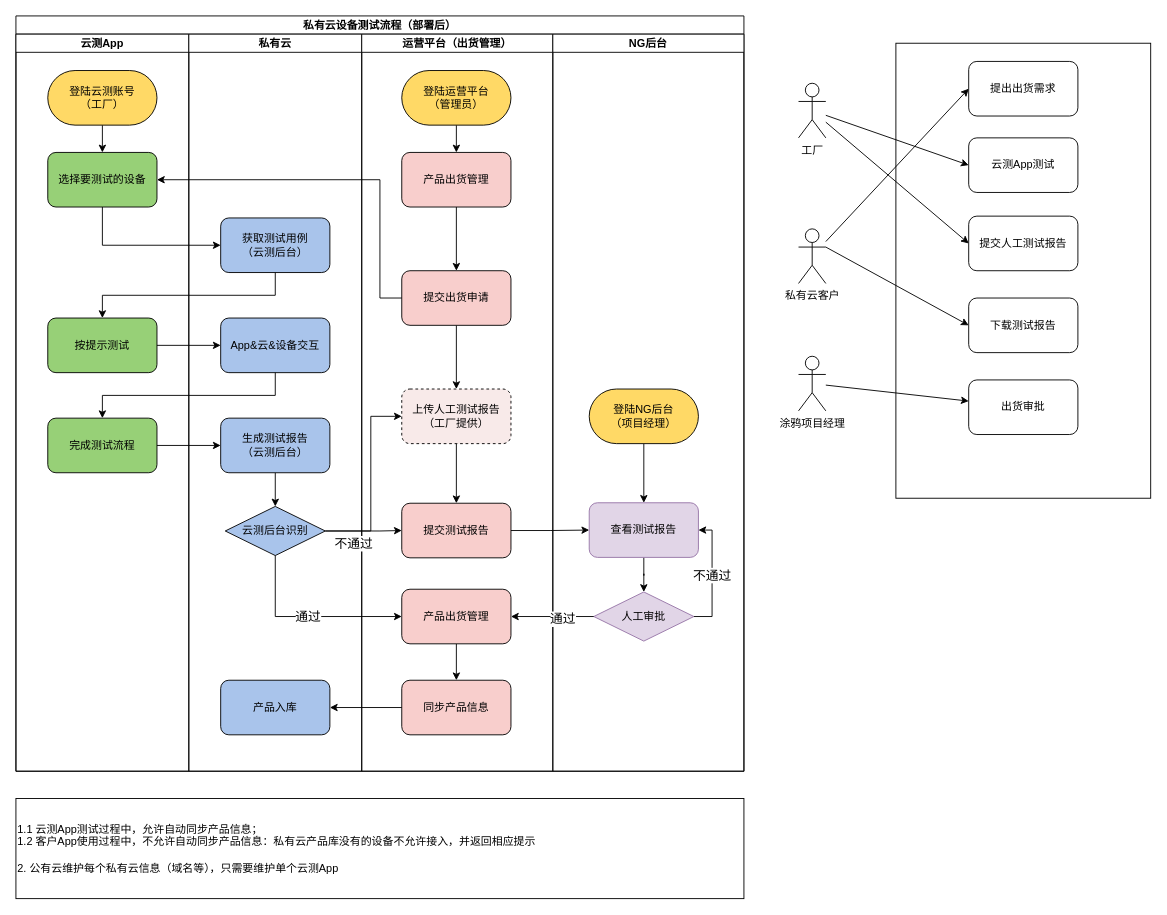
Above: page "出货流程" (4 of 4) of Cube_workflow.drawio in Sidamor/drawio (draw.io), before the change. Source tidied: cells renumbered, new cells numbered last; positions are measured from the earlier drawing's top-left corner, leaving out a move shared by most shapes. Both pictures are drawn from the tidied source at 91%, with x=0, y=0 at pixel (15, 15).
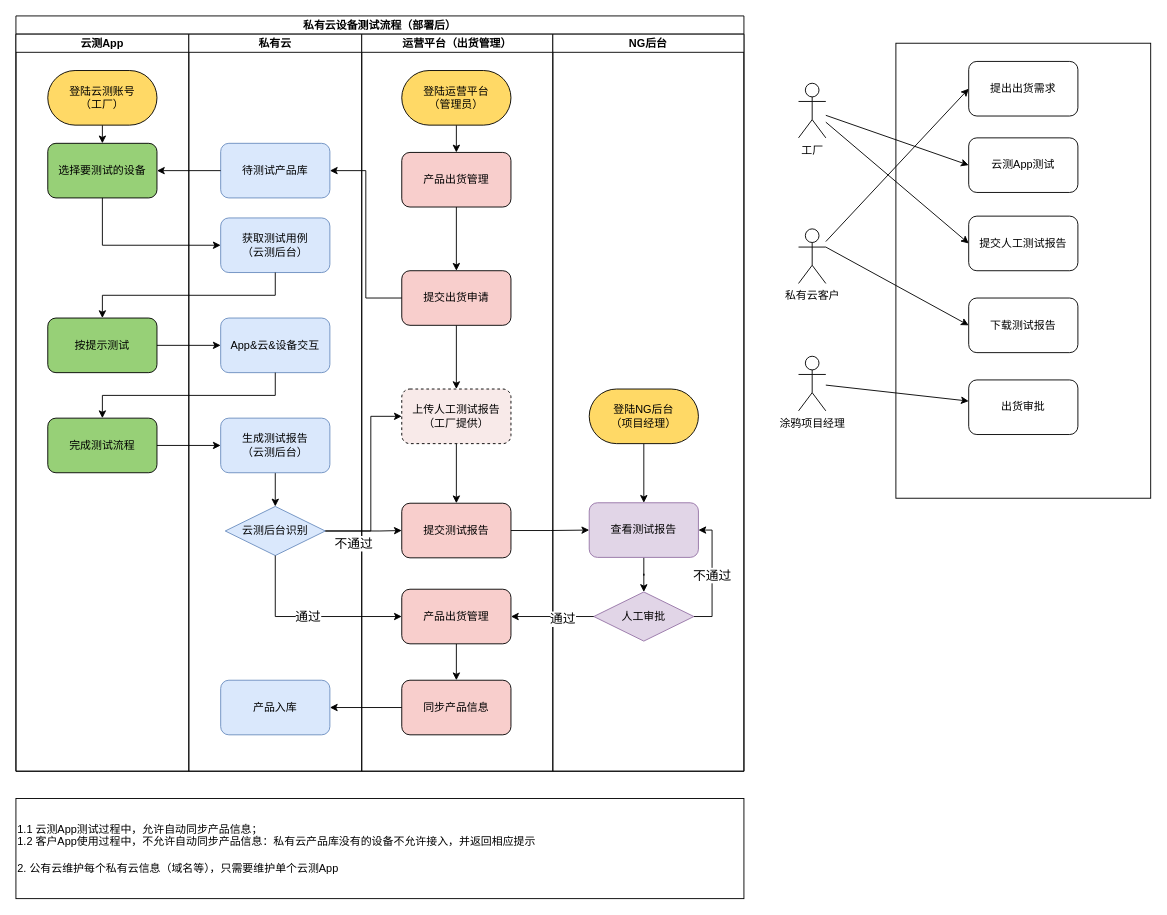
The same page after the edit.

The change refers to these unchanged cells:
```xml
<mxCell id="17" value="私有云设备测试流程（部署后）" style="swimlane;startSize=20;" parent="1" vertex="1">
  <mxGeometry width="800" height="830" as="geometry" />
</mxCell>
<mxCell id="18" value="云测App" style="swimlane;startSize=20;" parent="17" vertex="1">
  <mxGeometry y="20" width="190" height="810" as="geometry" />
</mxCell>
<mxCell id="24" value="私有云" style="swimlane;startSize=20;" parent="17" vertex="1">
  <mxGeometry x="190" y="20" width="190" height="810" as="geometry" />
</mxCell>
<mxCell id="36" value="提交出货申请" style="rounded=1;whiteSpace=wrap;html=1;fillColor=#F8CECC;" parent="31" vertex="1">
  <mxGeometry x="44" y="260" width="120" height="60" as="geometry" />
</mxCell>
```

Change to the diagram source:
```diff
@@
     <mxCell id="21" value="选择要测试的设备" style="rounded=1;whiteSpace=wrap;html=1;fillColor=#97D077;" parent="18" vertex="1">
-      <mxGeometry x="35" y="130" width="120" height="60" as="geometry" />
+      <mxGeometry x="35" y="120" width="120" height="60" as="geometry" />
     </mxCell>
@@
-    <mxCell id="25" value="获取测试用例&lt;br&gt;（云测后台）" style="rounded=1;whiteSpace=wrap;html=1;fillColor=#A9C4EB;" parent="24" vertex="1">
+    <mxCell id="25" value="获取测试用例&lt;br&gt;（云测后台）" style="rounded=1;whiteSpace=wrap;html=1;fillColor=#dae8fc;strokeColor=#6c8ebf;" parent="24" vertex="1">
       <mxGeometry x="35" y="202" width="120" height="60" as="geometry" />
     </mxCell>
-    <mxCell id="26" value="App&amp;amp;云&amp;amp;设备交互" style="rounded=1;whiteSpace=wrap;html=1;fillColor=#A9C4EB;" parent="24" vertex="1">
+    <mxCell id="26" value="App&amp;amp;云&amp;amp;设备交互" style="rounded=1;whiteSpace=wrap;html=1;fillColor=#dae8fc;strokeColor=#6c8ebf;" parent="24" vertex="1">
       <mxGeometry x="35" y="312" width="120" height="60" as="geometry" />
     </mxCell>
@@
-    <mxCell id="28" value="生成测试报告&lt;br&gt;（云测后台）" style="rounded=1;whiteSpace=wrap;html=1;fillColor=#A9C4EB;" parent="24" vertex="1">
+    <mxCell id="28" value="生成测试报告&lt;br&gt;（云测后台）" style="rounded=1;whiteSpace=wrap;html=1;fillColor=#dae8fc;strokeColor=#6c8ebf;" parent="24" vertex="1">
       <mxGeometry x="35" y="422" width="120" height="60" as="geometry" />
     </mxCell>
-    <mxCell id="29" value="云测后台识别" style="rhombus;whiteSpace=wrap;html=1;fillColor=#A9C4EB;" parent="24" vertex="1">
+    <mxCell id="29" value="云测后台识别" style="rhombus;whiteSpace=wrap;html=1;fillColor=#dae8fc;strokeColor=#6c8ebf;" parent="24" vertex="1">
       <mxGeometry x="40" y="519" width="110" height="54" as="geometry" />
     </mxCell>
-    <mxCell id="30" value="产品入库" style="rounded=1;whiteSpace=wrap;html=1;fillColor=#A9C4EB;" parent="24" vertex="1">
+    <mxCell id="30" value="产品入库" style="rounded=1;whiteSpace=wrap;html=1;fillColor=#dae8fc;strokeColor=#6c8ebf;" parent="24" vertex="1">
       <mxGeometry x="35" y="710" width="120" height="60" as="geometry" />
     </mxCell>
+    <mxCell id="66" value="待测试产品库" style="rounded=1;whiteSpace=wrap;html=1;fillColor=#dae8fc;strokeColor=#6c8ebf;" parent="24" vertex="1">
+      <mxGeometry x="35" y="120" width="120" height="60" as="geometry" />
+    </mxCell>
@@
-    <mxCell id="64" style="edgeStyle=orthogonalEdgeStyle;rounded=0;jettySize=auto;html=1;exitX=0;exitY=0.5;exitDx=0;exitDy=0;entryX=1;entryY=0.5;entryDx=0;entryDy=0;" parent="17" edge="1" source="36" target="21">
-      <mxGeometry relative="1" as="geometry">
-        <Array as="points">
-          <mxPoint x="400" y="310" />
-          <mxPoint x="400" y="180" />
-        </Array>
-      </mxGeometry>
-    </mxCell>
+    <mxCell id="67" style="edgeStyle=orthogonalEdgeStyle;rounded=0;jettySize=auto;html=1;exitX=0;exitY=0.5;exitDx=0;exitDy=0;entryX=1;entryY=0.5;entryDx=0;entryDy=0;" parent="17" edge="1" source="36" target="66">
+      <mxGeometry relative="1" as="geometry" />
+    </mxCell>
+    <mxCell id="68" style="edgeStyle=orthogonalEdgeStyle;rounded=0;jettySize=auto;html=1;exitX=0;exitY=0.5;exitDx=0;exitDy=0;entryX=1;entryY=0.5;entryDx=0;entryDy=0;" parent="17" edge="1" source="66" target="21">
+      <mxGeometry relative="1" as="geometry" />
+    </mxCell>
```
